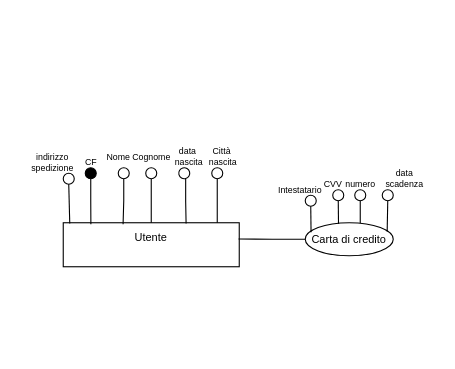
A-lex00/AsteOnlineBD keeps this draw.io diagram as materiale/Schemi Base E-R/Utenti.drawio. Above is the earlier version. Source tidied: cells renumbered, new cells numbered last; positions are measured from the earlier drawing's top-left corner, leaving out a move shared by most shapes. Both pictures are drawn from the tidied source at 110%, with x=0, y=0 at pixel (19, 90).
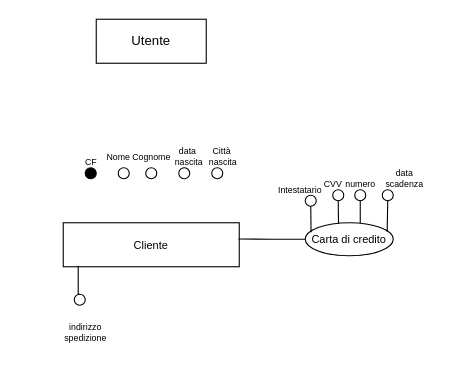
The same diagram, later.

The change refers to these unchanged cells:
```xml
<mxCell id="3" style="ellipse;whiteSpace=wrap;html=1;fillStyle=dots;fillColor=#000000;strokeColor=default;gradientColor=default;fontSize=7;" parent="1" vertex="1">
  <mxGeometry x="60" y="70" width="10" height="10" as="geometry" />
</mxCell>
<mxCell id="7" style="ellipse;whiteSpace=wrap;html=1;" parent="1" vertex="1">
  <mxGeometry x="115" y="70" width="10" height="10" as="geometry" />
</mxCell>
<mxCell id="8" style="ellipse;whiteSpace=wrap;html=1;rotation=-15;direction=south;" parent="1" vertex="1">
  <mxGeometry x="145" y="70" width="10" height="10" as="geometry" />
</mxCell>
<mxCell id="9" style="ellipse;whiteSpace=wrap;html=1;" parent="1" vertex="1">
  <mxGeometry x="90" y="70" width="10" height="10" as="geometry" />
</mxCell>
<mxCell id="10" style="ellipse;whiteSpace=wrap;html=1;" parent="1" vertex="1">
  <mxGeometry x="175" y="70" width="10" height="10" as="geometry" />
</mxCell>
```

Change to the diagram source:
```diff
@@
-    <mxCell id="2" value="&lt;font style=&quot;font-size: 10px;&quot;&gt;Utente&lt;/font&gt;&lt;div&gt;&lt;br&gt;&lt;/div&gt;" style="whiteSpace=wrap;html=1;align=center;" parent="1" vertex="1">
+    <mxCell id="2" value="&lt;div&gt;&lt;span style=&quot;font-size: 10px;&quot;&gt;Cliente&lt;/span&gt;&lt;/div&gt;" style="whiteSpace=wrap;html=1;align=center;" parent="1" vertex="1">
       <mxGeometry x="40" y="120" width="160" height="40" as="geometry" />
     </mxCell>
@@
-    <mxCell id="6" style="edgeStyle=orthogonalEdgeStyle;shape=connector;rounded=0;jettySize=auto;html=1;exitX=0.5;exitY=1;exitDx=0;exitDy=0;entryX=0.5;entryY=0;entryDx=0;entryDy=0;strokeColor=default;align=center;verticalAlign=middle;fontFamily=Helvetica;fontSize=11;fontColor=default;labelBackgroundColor=default;startFill=0;endArrow=none;" parent="1" edge="1" source="7" target="2">
-      <mxGeometry relative="1" as="geometry" />
-    </mxCell>
@@
     <mxCell id="24" style="ellipse;whiteSpace=wrap;html=1;" parent="1" vertex="1">
-      <mxGeometry x="40" y="75" width="10" height="10" as="geometry" />
+      <mxGeometry x="50" y="185" width="10" height="10" as="geometry" />
     </mxCell>
     <mxCell id="25" value="indirizzo&lt;div&gt;spedizione&lt;/div&gt;" style="text;html=1;align=center;verticalAlign=middle;strokeColor=none;fillColor=none;fontSize=8;" parent="1" vertex="1">
-      <mxGeometry y="50" width="60" height="30" as="geometry" />
+      <mxGeometry x="30" y="205" width="60" height="30" as="geometry" />
     </mxCell>
-    <mxCell id="26" style="edgeStyle=orthogonalEdgeStyle;shape=connector;rounded=0;jettySize=auto;html=1;exitX=0.5;exitY=1;exitDx=0;exitDy=0;entryX=0.037;entryY=0.018;entryDx=0;entryDy=0;entryPerimeter=0;strokeColor=default;align=center;verticalAlign=middle;fontFamily=Helvetica;fontSize=11;fontColor=default;labelBackgroundColor=default;startFill=0;endArrow=none;" parent="1" edge="1" source="24" target="2">
-      <mxGeometry relative="1" as="geometry" />
-    </mxCell>
-    <mxCell id="27" style="edgeStyle=orthogonalEdgeStyle;shape=connector;rounded=0;jettySize=auto;html=1;exitX=0.5;exitY=1;exitDx=0;exitDy=0;entryX=0.157;entryY=0.032;entryDx=0;entryDy=0;entryPerimeter=0;strokeColor=default;align=center;verticalAlign=middle;fontFamily=Helvetica;fontSize=11;fontColor=default;labelBackgroundColor=default;startFill=0;endArrow=none;" parent="1" edge="1" source="3" target="2">
-      <mxGeometry relative="1" as="geometry" />
-    </mxCell>
-    <mxCell id="28" style="edgeStyle=orthogonalEdgeStyle;shape=connector;rounded=0;jettySize=auto;html=1;exitX=0.5;exitY=1;exitDx=0;exitDy=0;entryX=0.34;entryY=0.032;entryDx=0;entryDy=0;entryPerimeter=0;strokeColor=default;align=center;verticalAlign=middle;fontFamily=Helvetica;fontSize=11;fontColor=default;labelBackgroundColor=default;startFill=0;endArrow=none;" parent="1" edge="1" source="9" target="2">
-      <mxGeometry relative="1" as="geometry" />
-    </mxCell>
-    <mxCell id="29" style="edgeStyle=orthogonalEdgeStyle;shape=connector;rounded=0;jettySize=auto;html=1;exitX=1;exitY=0.5;exitDx=0;exitDy=0;entryX=0.698;entryY=0.018;entryDx=0;entryDy=0;entryPerimeter=0;strokeColor=default;align=center;verticalAlign=middle;fontFamily=Helvetica;fontSize=11;fontColor=default;labelBackgroundColor=default;startFill=0;endArrow=none;" parent="1" edge="1" source="8" target="2">
-      <mxGeometry relative="1" as="geometry" />
-    </mxCell>
-    <mxCell id="30" style="edgeStyle=orthogonalEdgeStyle;shape=connector;rounded=0;jettySize=auto;html=1;exitX=0.5;exitY=1;exitDx=0;exitDy=0;entryX=0.875;entryY=-0.001;entryDx=0;entryDy=0;entryPerimeter=0;strokeColor=default;align=center;verticalAlign=middle;fontFamily=Helvetica;fontSize=11;fontColor=default;labelBackgroundColor=default;startFill=0;endArrow=none;" parent="1" edge="1" source="10" target="2">
-      <mxGeometry relative="1" as="geometry" />
-    </mxCell>
@@
+    <mxCell id="36" value="Utente" style="whiteSpace=wrap;html=1;align=center;" parent="1" vertex="1">
+      <mxGeometry x="70" y="-65" width="100" height="40" as="geometry" />
+    </mxCell>
+    <mxCell id="26" style="edgeStyle=orthogonalEdgeStyle;rounded=0;jettySize=auto;html=1;exitX=0.5;exitY=0;exitDx=0;exitDy=0;entryX=0.085;entryY=0.977;entryDx=0;entryDy=0;entryPerimeter=0;endArrow=none;startFill=0;" parent="1" edge="1" source="24" target="2">
+      <mxGeometry relative="1" as="geometry" />
+    </mxCell>
```
